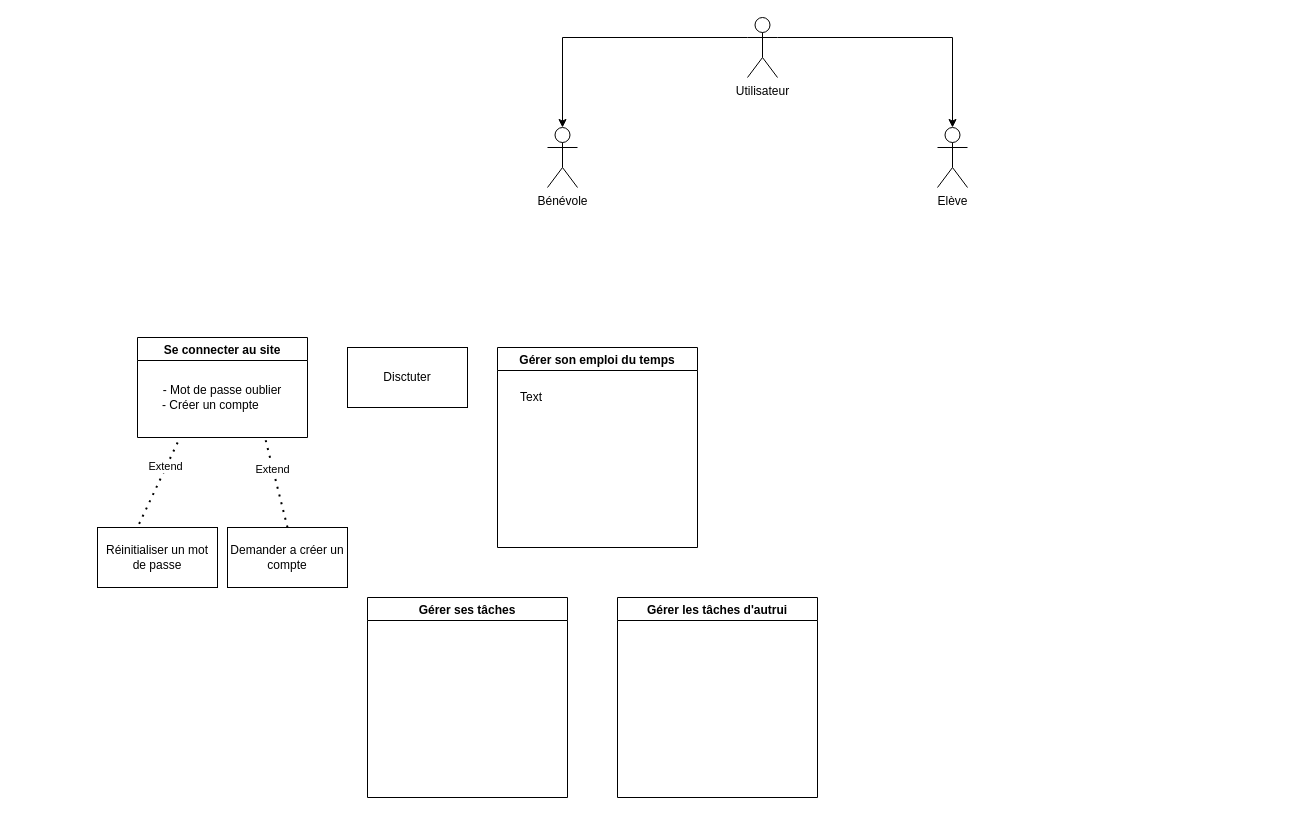
Earlier version of the draw.io diagram Untitled Diagram.drawio (YuKoys/P3_Lucas_Leplanois). Source tidied: cells renumbered, new cells numbered last; positions are measured from the earlier drawing's top-left corner, leaving out a move shared by most shapes. Both pictures are drawn from the tidied source at 100%, with x=0, y=0 at pixel (97, 17).
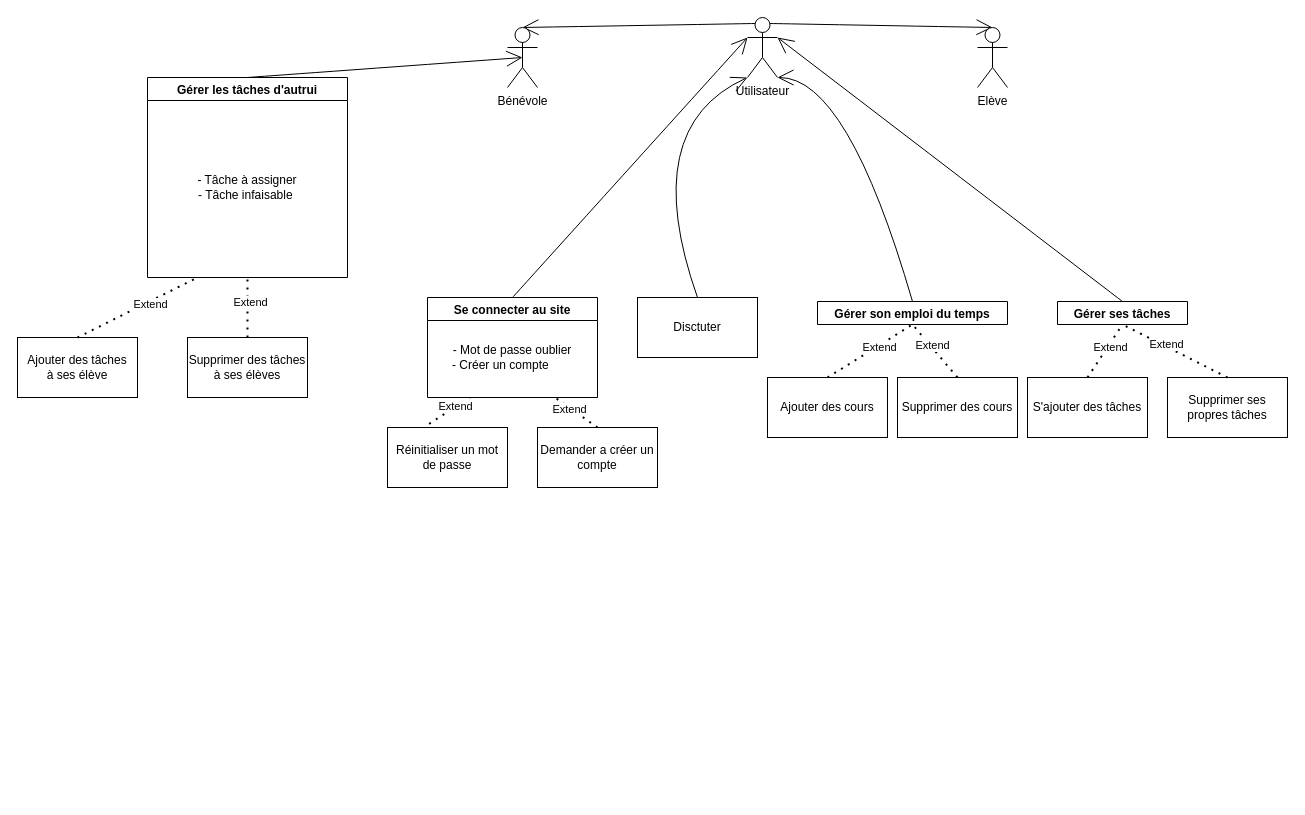
After the change.

Unchanged cells that the change refers to:
```xml
<mxCell id="4" value="&lt;div&gt;Utilisateur&lt;/div&gt;" style="shape=umlActor;verticalLabelPosition=bottom;verticalAlign=top;html=1;outlineConnect=0;" parent="1" vertex="1">
  <mxGeometry x="650" width="30" height="60" as="geometry" />
</mxCell>
<mxCell id="8" value="&lt;div&gt;-&lt;span style=&quot;white-space: pre&quot;&gt;&lt;span style=&quot;white-space: pre&quot;&gt; &lt;/span&gt;Mot de passe oublier&lt;/span&gt;&lt;/div&gt;&lt;div&gt;&lt;span style=&quot;white-space: pre&quot;&gt;-&lt;span style=&quot;white-space: pre&quot;&gt; &lt;/span&gt;Créer un compte       &lt;br&gt;&lt;/span&gt;&lt;/div&gt;" style="text;html=1;strokeColor=none;fillColor=none;align=center;verticalAlign=middle;whiteSpace=wrap;rounded=0;" parent="7" vertex="1">
  <mxGeometry y="20" width="170" height="80" as="geometry" />
</mxCell>
```

The edit, as a diff of the source:
```diff
@@
-    <mxCell id="2" style="edgeStyle=orthogonalEdgeStyle;rounded=0;jettySize=auto;html=1;exitX=0;exitY=0.3333333333333333;exitDx=0;exitDy=0;exitPerimeter=0;entryX=0.5;entryY=0;entryDx=0;entryDy=0;entryPerimeter=0;" parent="1" edge="1" source="4" target="5">
+    <mxCell id="2" style="edgeStyle=none;curved=1;rounded=0;jettySize=auto;html=1;exitX=0.25;exitY=0.1;exitDx=0;exitDy=0;exitPerimeter=0;entryX=0.5;entryY=0;entryDx=0;entryDy=0;entryPerimeter=0;endArrow=open;startSize=14;endSize=14;sourcePerimeterSpacing=8;targetPerimeterSpacing=8;" parent="1" edge="1" source="4" target="5">
       <mxGeometry relative="1" as="geometry" />
     </mxCell>
-    <mxCell id="3" style="edgeStyle=orthogonalEdgeStyle;rounded=0;jettySize=auto;html=1;exitX=1;exitY=0.3333333333333333;exitDx=0;exitDy=0;exitPerimeter=0;entryX=0.5;entryY=0;entryDx=0;entryDy=0;entryPerimeter=0;" parent="1" edge="1" source="4" target="6">
+    <mxCell id="3" style="edgeStyle=none;curved=1;rounded=0;jettySize=auto;html=1;exitX=0.75;exitY=0.1;exitDx=0;exitDy=0;exitPerimeter=0;entryX=0.5;entryY=0;entryDx=0;entryDy=0;entryPerimeter=0;endArrow=open;startSize=14;endSize=14;sourcePerimeterSpacing=8;targetPerimeterSpacing=8;" parent="1" edge="1" source="4" target="6">
       <mxGeometry relative="1" as="geometry" />
     </mxCell>
@@
     <mxCell id="5" value="Bénévole" style="shape=umlActor;verticalLabelPosition=bottom;verticalAlign=top;html=1;outlineConnect=0;" parent="1" vertex="1">
-      <mxGeometry x="450" y="110" width="30" height="60" as="geometry" />
+      <mxGeometry x="410" y="10" width="30" height="60" as="geometry" />
     </mxCell>
     <mxCell id="6" value="Elève" style="shape=umlActor;verticalLabelPosition=bottom;verticalAlign=top;html=1;outlineConnect=0;" parent="1" vertex="1">
-      <mxGeometry x="840" y="110" width="30" height="60" as="geometry" />
+      <mxGeometry x="880" y="10" width="30" height="60" as="geometry" />
     </mxCell>
+    <mxCell id="20" style="edgeStyle=none;curved=1;rounded=0;jettySize=auto;html=1;exitX=0.5;exitY=0;exitDx=0;exitDy=0;entryX=0;entryY=0.3333333333333333;entryDx=0;entryDy=0;entryPerimeter=0;endArrow=open;startSize=14;endSize=14;sourcePerimeterSpacing=8;targetPerimeterSpacing=8;" parent="1" edge="1" source="7" target="4">
+      <mxGeometry relative="1" as="geometry" />
+    </mxCell>
     <mxCell id="7" value="Se connecter au site" style="swimlane;" parent="1" vertex="1">
-      <mxGeometry x="40" y="320" width="170" height="100" as="geometry" />
+      <mxGeometry x="330" y="280" width="170" height="100" as="geometry" />
     </mxCell>
@@
     <mxCell id="9" value="Réinitialiser un mot de passe" style="rounded=0;whiteSpace=wrap;html=1;" parent="1" vertex="1">
-      <mxGeometry y="510" width="120" height="60" as="geometry" />
+      <mxGeometry x="290" y="410" width="120" height="60" as="geometry" />
     </mxCell>
     <mxCell id="10" value="Demander a créer un compte" style="rounded=0;whiteSpace=wrap;html=1;" parent="1" vertex="1">
-      <mxGeometry x="130" y="510" width="120" height="60" as="geometry" />
+      <mxGeometry x="440" y="410" width="120" height="60" as="geometry" />
     </mxCell>
@@
-    <mxCell id="13" style="endArrow=none;dashed=1;html=1;dashPattern=1 3;strokeWidth=2;exitX=0.347;exitY=-0.061;exitDx=0;exitDy=0;exitPerimeter=0;entryX=0.75;entryY=1;entryDx=0;entryDy=0;" parent="1" edge="1" target="8">
-      <mxGeometry relative="1" as="geometry">
-        <mxPoint x="190" y="510" as="sourcePoint" />
-      </mxGeometry>
+    <mxCell id="13" style="endArrow=none;dashed=1;html=1;dashPattern=1 3;strokeWidth=2;exitX=0.5;exitY=0;exitDx=0;exitDy=0;entryX=0.75;entryY=1;entryDx=0;entryDy=0;" parent="1" edge="1" source="10" target="8">
+      <mxGeometry relative="1" as="geometry" />
     </mxCell>
@@
+    <mxCell id="21" style="edgeStyle=none;curved=1;rounded=0;jettySize=auto;html=1;exitX=0.5;exitY=0;exitDx=0;exitDy=0;entryX=0;entryY=1;entryDx=0;entryDy=0;entryPerimeter=0;endArrow=open;startSize=14;endSize=14;sourcePerimeterSpacing=8;targetPerimeterSpacing=8;" parent="1" edge="1" source="15" target="4">
+      <mxGeometry relative="1" as="geometry">
+        <Array as="points">
+          <mxPoint x="540" y="110" />
+        </Array>
+      </mxGeometry>
+    </mxCell>
     <mxCell id="15" value="&lt;div&gt;Disctuter&lt;/div&gt;" style="rounded=0;whiteSpace=wrap;html=1;" parent="1" vertex="1">
-      <mxGeometry x="250" y="330" width="120" height="60" as="geometry" />
+      <mxGeometry x="540" y="280" width="120" height="60" as="geometry" />
     </mxCell>
+    <mxCell id="22" style="edgeStyle=none;curved=1;rounded=0;jettySize=auto;html=1;exitX=0.5;exitY=0;exitDx=0;exitDy=0;entryX=1;entryY=1;entryDx=0;entryDy=0;entryPerimeter=0;endArrow=open;startSize=14;endSize=14;sourcePerimeterSpacing=8;targetPerimeterSpacing=8;" parent="1" edge="1" source="16" target="4">
+      <mxGeometry relative="1" as="geometry">
+        <Array as="points">
+          <mxPoint x="750" y="60" />
+        </Array>
+      </mxGeometry>
+    </mxCell>
-    <mxCell id="16" value="Gérer son emploi du temps" style="swimlane;" parent="1" vertex="1">
-      <mxGeometry x="400" y="330" width="200" height="200" as="geometry" />
+    <mxCell id="16" value="Gérer son emploi du temps" style="swimlane;" parent="1" vertex="1" collapsed="1">
+      <mxGeometry x="720" y="284" width="190" height="23" as="geometry" />
     </mxCell>
-    <mxCell id="17" value="Text" style="text;html=1;strokeColor=none;fillColor=none;align=center;verticalAlign=middle;whiteSpace=wrap;rounded=0;" parent="16" vertex="1">
-      <mxGeometry x="14" y="40" width="40" height="20" as="geometry" />
-    </mxCell>
+    <mxCell id="23" style="edgeStyle=none;curved=1;rounded=0;jettySize=auto;html=1;exitX=0.5;exitY=0;exitDx=0;exitDy=0;entryX=1;entryY=0.3333333333333333;entryDx=0;entryDy=0;entryPerimeter=0;endArrow=open;startSize=14;endSize=14;sourcePerimeterSpacing=8;targetPerimeterSpacing=8;" parent="1" edge="1" source="18" target="4">
+      <mxGeometry relative="1" as="geometry" />
+    </mxCell>
-    <mxCell id="18" value="Gérer ses tâches" style="swimlane;" parent="1" vertex="1">
-      <mxGeometry x="270" y="580" width="200" height="200" as="geometry" />
+    <mxCell id="18" value="Gérer ses tâches" style="swimlane;" parent="1" vertex="1" collapsed="1">
+      <mxGeometry x="960" y="284" width="130" height="23" as="geometry" />
     </mxCell>
+    <mxCell id="24" style="edgeStyle=none;curved=1;rounded=0;jettySize=auto;html=1;exitX=0.5;exitY=0;exitDx=0;exitDy=0;entryX=0.5;entryY=0.5;entryDx=0;entryDy=0;entryPerimeter=0;endArrow=open;startSize=14;endSize=14;sourcePerimeterSpacing=8;targetPerimeterSpacing=8;" parent="1" edge="1" source="19" target="5">
+      <mxGeometry relative="1" as="geometry" />
+    </mxCell>
     <mxCell id="19" value="Gérer les tâches d'autrui" style="swimlane;" parent="1" vertex="1">
-      <mxGeometry x="520" y="580" width="200" height="200" as="geometry" />
+      <mxGeometry x="50" y="60" width="200" height="200" as="geometry" />
     </mxCell>
+    <mxCell id="25" value="&lt;div&gt;- Tâche à assigner &lt;br&gt;&lt;/div&gt;&lt;div&gt;- Tâche infaisable&amp;nbsp; &lt;br&gt;&lt;/div&gt;" style="text;html=1;strokeColor=none;fillColor=none;align=center;verticalAlign=middle;whiteSpace=wrap;rounded=0;hachureGap=4;" parent="19" vertex="1">
+      <mxGeometry y="20" width="200" height="180" as="geometry" />
+    </mxCell>
+    <mxCell id="26" value="&lt;div&gt;Ajouter des tâches &lt;br&gt;&lt;/div&gt;&lt;div&gt;à ses élève&lt;br&gt;&lt;/div&gt;" style="rounded=0;whiteSpace=wrap;html=1;hachureGap=4;" parent="1" vertex="1">
+      <mxGeometry x="-80" y="320" width="120" height="60" as="geometry" />
+    </mxCell>
+    <mxCell id="27" value="Supprimer des tâches à ses élèves" style="rounded=0;whiteSpace=wrap;html=1;hachureGap=4;" parent="1" vertex="1">
+      <mxGeometry x="90" y="320" width="120" height="60" as="geometry" />
+    </mxCell>
+    <mxCell id="28" style="endArrow=none;dashed=1;html=1;dashPattern=1 3;strokeWidth=2;startSize=14;endSize=14;sourcePerimeterSpacing=8;targetPerimeterSpacing=8;entryX=0.25;entryY=1;entryDx=0;entryDy=0;exitX=0.5;exitY=0;exitDx=0;exitDy=0;" parent="1" edge="1" source="26" target="25">
+      <mxGeometry relative="1" as="geometry" />
+    </mxCell>
+    <mxCell id="29" value="&lt;div&gt;Extend&lt;/div&gt;" style="edgeLabel;html=1;align=center;verticalAlign=middle;" parent="28" vertex="1">
+      <mxGeometry x="0.19" y="-2" relative="1" as="geometry" />
+    </mxCell>
+    <mxCell id="30" style="endArrow=none;dashed=1;html=1;dashPattern=1 3;strokeWidth=2;startSize=14;endSize=14;sourcePerimeterSpacing=8;targetPerimeterSpacing=8;entryX=0.5;entryY=1;entryDx=0;entryDy=0;exitX=0.5;exitY=0;exitDx=0;exitDy=0;" parent="1" edge="1" source="27" target="25">
+      <mxGeometry relative="1" as="geometry" />
+    </mxCell>
+    <mxCell id="31" value="&lt;div&gt;Extend&lt;/div&gt;" style="edgeLabel;html=1;align=center;verticalAlign=middle;" parent="30" vertex="1">
+      <mxGeometry x="0.19" y="-2" relative="1" as="geometry" />
+    </mxCell>
+    <mxCell id="32" value="Ajouter des cours " style="rounded=0;whiteSpace=wrap;html=1;hachureGap=4;" parent="1" vertex="1">
+      <mxGeometry x="670" y="360" width="120" height="60" as="geometry" />
+    </mxCell>
+    <mxCell id="33" value="Supprimer des cours " style="rounded=0;whiteSpace=wrap;html=1;hachureGap=4;" parent="1" vertex="1">
+      <mxGeometry x="800" y="360" width="120" height="60" as="geometry" />
+    </mxCell>
+    <mxCell id="34" value="&lt;div&gt;S'ajouter des tâches &lt;br&gt;&lt;/div&gt;" style="rounded=0;whiteSpace=wrap;html=1;hachureGap=4;" parent="1" vertex="1">
+      <mxGeometry x="930" y="360" width="120" height="60" as="geometry" />
+    </mxCell>
+    <mxCell id="35" value="Supprimer ses propres tâches" style="rounded=0;whiteSpace=wrap;html=1;hachureGap=4;" parent="1" vertex="1">
+      <mxGeometry x="1070" y="360" width="120" height="60" as="geometry" />
+    </mxCell>
+    <mxCell id="36" style="endArrow=none;dashed=1;html=1;dashPattern=1 3;strokeWidth=2;startSize=14;endSize=14;sourcePerimeterSpacing=8;targetPerimeterSpacing=8;exitX=0.5;exitY=0;exitDx=0;exitDy=0;entryX=0.5;entryY=1;entryDx=0;entryDy=0;" parent="1" edge="1" source="32" target="16">
+      <mxGeometry relative="1" as="geometry" />
+    </mxCell>
+    <mxCell id="37" value="&lt;div&gt;Extend&lt;/div&gt;" style="edgeLabel;html=1;align=center;verticalAlign=middle;" parent="36" vertex="1">
+      <mxGeometry x="0.19" y="-2" relative="1" as="geometry" />
+    </mxCell>
+    <mxCell id="38" style="endArrow=none;dashed=1;html=1;dashPattern=1 3;strokeWidth=2;startSize=14;endSize=14;sourcePerimeterSpacing=8;targetPerimeterSpacing=8;exitX=0.5;exitY=0;exitDx=0;exitDy=0;entryX=0.5;entryY=1;entryDx=0;entryDy=0;" parent="1" edge="1" source="33" target="16">
+      <mxGeometry relative="1" as="geometry" />
+    </mxCell>
+    <mxCell id="39" value="&lt;div&gt;Extend&lt;/div&gt;" style="edgeLabel;html=1;align=center;verticalAlign=middle;" parent="38" vertex="1">
+      <mxGeometry x="0.19" y="-2" relative="1" as="geometry" />
+    </mxCell>
+    <mxCell id="40" style="endArrow=none;dashed=1;html=1;dashPattern=1 3;strokeWidth=2;startSize=14;endSize=14;sourcePerimeterSpacing=8;targetPerimeterSpacing=8;exitX=0.5;exitY=0;exitDx=0;exitDy=0;entryX=0.5;entryY=1;entryDx=0;entryDy=0;" parent="1" edge="1" source="34" target="18">
+      <mxGeometry relative="1" as="geometry" />
+    </mxCell>
+    <mxCell id="41" value="&lt;div&gt;Extend&lt;/div&gt;" style="edgeLabel;html=1;align=center;verticalAlign=middle;" parent="40" vertex="1">
+      <mxGeometry x="0.19" y="-2" relative="1" as="geometry" />
+    </mxCell>
+    <mxCell id="42" style="endArrow=none;dashed=1;html=1;dashPattern=1 3;strokeWidth=2;startSize=14;endSize=14;sourcePerimeterSpacing=8;targetPerimeterSpacing=8;exitX=0.5;exitY=0;exitDx=0;exitDy=0;entryX=0.5;entryY=1;entryDx=0;entryDy=0;" parent="1" edge="1" source="35" target="18">
+      <mxGeometry relative="1" as="geometry" />
+    </mxCell>
+    <mxCell id="43" value="&lt;div&gt;Extend&lt;/div&gt;" style="edgeLabel;html=1;align=center;verticalAlign=middle;" parent="42" vertex="1">
+      <mxGeometry x="0.19" y="-2" relative="1" as="geometry" />
+    </mxCell>
```
